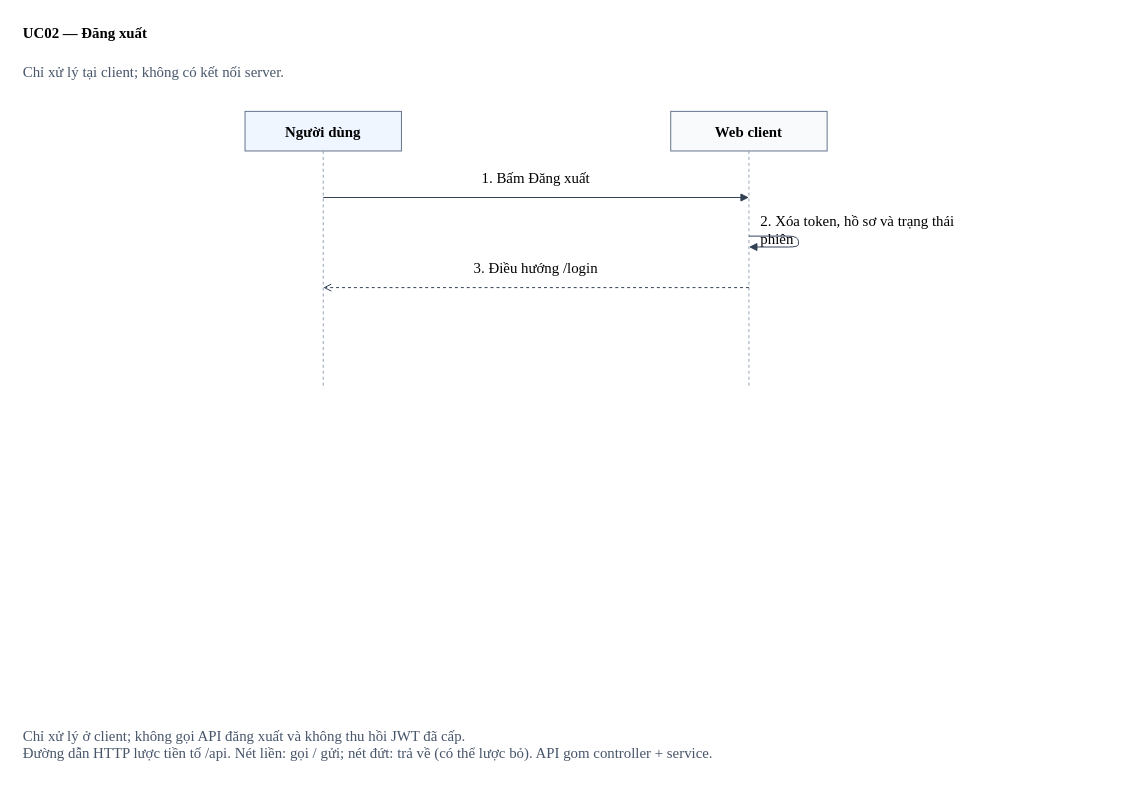
This is page "SEQ UC02 · Đăng xuất" (12 of 31) of docs/diagrams/so-do-he-thong.drawio from hominhduc-dev/So-Tay-Sinh-Vien-CNTT-DAU, a draw.io file, before an edit. Source tidied: cells renumbered, new cells numbered last; positions are measured from the earlier drawing's top-left corner, leaving out a move shared by most shapes. Both pictures are drawn from the tidied source at 99%, with x=0, y=0 at pixel (21, 17).
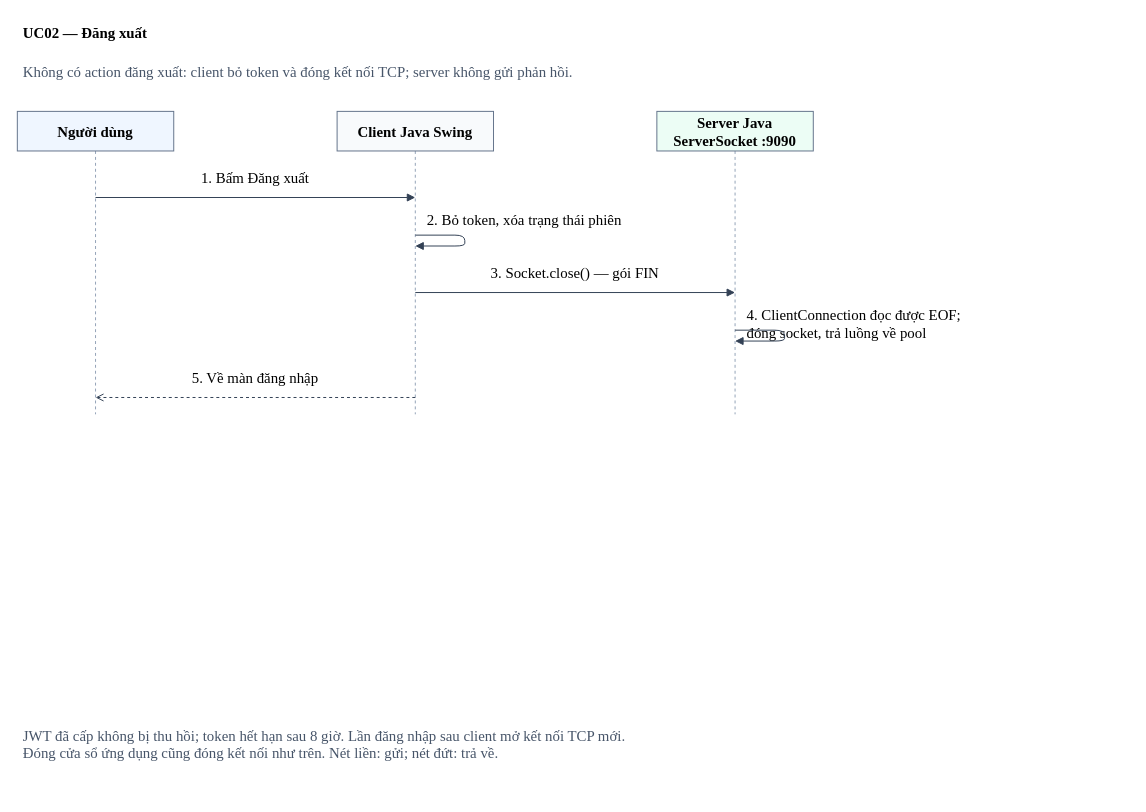
The same diagram, later.

Diff of the diagram source:
```diff
@@
+    <mxCell id="15" style="dashed=1;endArrow=none;strokeColor=#94a3b8;html=1;whiteSpace=wrap;fontFamily=Times New Roman;fontSize=15;" parent="1" edge="1">
+      <mxGeometry relative="1" as="geometry">
+        <mxPoint x="721" y="135" as="sourcePoint" />
+        <mxPoint x="721" y="401" as="targetPoint" />
+      </mxGeometry>
+    </mxCell>
+    <mxCell id="7" style="dashed=1;endArrow=none;strokeColor=#94a3b8;html=1;whiteSpace=wrap;fontFamily=Times New Roman;fontSize=15;" parent="1" edge="1">
+      <mxGeometry relative="1" as="geometry">
+        <mxPoint x="398" y="135" as="sourcePoint" />
+        <mxPoint x="398" y="401" as="targetPoint" />
+      </mxGeometry>
+    </mxCell>
+    <mxCell id="5" style="dashed=1;endArrow=none;strokeColor=#94a3b8;html=1;whiteSpace=wrap;fontFamily=Times New Roman;fontSize=15;" parent="1" edge="1">
+      <mxGeometry relative="1" as="geometry">
+        <mxPoint x="75" y="135" as="sourcePoint" />
+        <mxPoint x="75" y="401" as="targetPoint" />
+      </mxGeometry>
+    </mxCell>
@@
-    <mxCell id="3" value="Chỉ xử lý tại client; không có kết nối server." style="text;align=left;fontColor=#475569;html=1;whiteSpace=wrap;fontFamily=Times New Roman;fontSize=15;" parent="1" vertex="1">
+    <mxCell id="3" value="Không có action đăng xuất: client bỏ token và đóng kết nối TCP; server không gửi phản hồi." style="text;align=left;fontColor=#475569;html=1;whiteSpace=wrap;fontFamily=Times New Roman;fontSize=15;" parent="1" vertex="1">
       <mxGeometry y="40" width="1119" height="40" as="geometry" />
     </mxCell>
     <mxCell id="4" value="Người dùng" style="rounded=0;strokeColor=#64748b;fillColor=#eff6ff;fontStyle=1;html=1;whiteSpace=wrap;fontFamily=Times New Roman;fontSize=15;" parent="1" vertex="1">
-      <mxGeometry x="226" y="95" width="158" height="40" as="geometry" />
+      <mxGeometry x="-4" y="95" width="158" height="40" as="geometry" />
     </mxCell>
-    <mxCell id="5" style="dashed=1;endArrow=none;strokeColor=#94a3b8;html=1;whiteSpace=wrap;fontFamily=Times New Roman;fontSize=15;" parent="1" edge="1">
-      <mxGeometry relative="1" as="geometry">
-        <mxPoint x="305" y="135" as="sourcePoint" />
-        <mxPoint x="305" y="375" as="targetPoint" />
-      </mxGeometry>
-    </mxCell>
-    <mxCell id="6" value="Web client" style="rounded=0;strokeColor=#64748b;fillColor=#f8fafc;fontStyle=1;html=1;whiteSpace=wrap;fontFamily=Times New Roman;fontSize=15;" parent="1" vertex="1">
-      <mxGeometry x="656" y="95" width="158" height="40" as="geometry" />
+    <mxCell id="6" value="Client Java Swing" style="rounded=0;strokeColor=#64748b;fillColor=#f8fafc;fontStyle=1;html=1;whiteSpace=wrap;fontFamily=Times New Roman;fontSize=15;" parent="1" vertex="1">
+      <mxGeometry x="319" y="95" width="158" height="40" as="geometry" />
     </mxCell>
-    <mxCell id="7" style="dashed=1;endArrow=none;strokeColor=#94a3b8;html=1;whiteSpace=wrap;fontFamily=Times New Roman;fontSize=15;" parent="1" edge="1">
-      <mxGeometry relative="1" as="geometry">
-        <mxPoint x="735" y="135" as="sourcePoint" />
-        <mxPoint x="735" y="375" as="targetPoint" />
-      </mxGeometry>
-    </mxCell>
+    <mxCell id="16" value="Server Java&lt;br&gt;ServerSocket :9090" style="rounded=0;strokeColor=#64748b;fillColor=#ecfdf5;fontStyle=1;html=1;whiteSpace=wrap;fontFamily=Times New Roman;fontSize=15;" parent="1" vertex="1">
+      <mxGeometry x="642" y="95" width="158" height="40" as="geometry" />
+    </mxCell>
     <mxCell id="8" value="1. Bấm Đăng xuất" style="text;fillColor=#ffffff;align=center;html=1;whiteSpace=wrap;fontFamily=Times New Roman;fontSize=15;" parent="1" vertex="1">
-      <mxGeometry x="312" y="147" width="416" height="32" as="geometry" />
+      <mxGeometry x="82" y="147" width="309" height="32" as="geometry" />
     </mxCell>
     <mxCell id="9" style="endArrow=block;endFill=1;dashed=0;strokeColor=#334155;html=1;whiteSpace=wrap;fontFamily=Times New Roman;fontSize=15;" parent="1" edge="1">
       <mxGeometry relative="1" as="geometry">
-        <mxPoint x="305" y="182" as="sourcePoint" />
-        <mxPoint x="735" y="182" as="targetPoint" />
+        <mxPoint x="75" y="182" as="sourcePoint" />
+        <mxPoint x="398" y="182" as="targetPoint" />
       </mxGeometry>
     </mxCell>
-    <mxCell id="10" value="2. Xóa token, hồ sơ và trạng thái phiên" style="text;fillColor=#ffffff;align=left;html=1;whiteSpace=wrap;fontFamily=Times New Roman;fontSize=15;" parent="1" vertex="1">
-      <mxGeometry x="745" y="190" width="220" height="31" as="geometry" />
+    <mxCell id="10" value="2. Bỏ token, xóa trạng thái phiên" style="text;fillColor=#ffffff;align=left;html=1;whiteSpace=wrap;fontFamily=Times New Roman;fontSize=15;" parent="1" vertex="1">
+      <mxGeometry x="408" y="189" width="300" height="31" as="geometry" />
     </mxCell>
     <mxCell id="11" style="endArrow=block;endFill=1;strokeColor=#334155;html=1;whiteSpace=wrap;fontFamily=Times New Roman;fontSize=15;" parent="1" edge="1">
       <mxGeometry relative="1" as="geometry">
-        <mxPoint x="735" y="221" as="sourcePoint" />
-        <mxPoint x="735" y="232" as="targetPoint" />
+        <mxPoint x="398" y="220" as="sourcePoint" />
+        <mxPoint x="398" y="231" as="targetPoint" />
         <Array as="points">
-          <mxPoint x="785" y="221" />
-          <mxPoint x="785" y="232" />
+          <mxPoint x="448" y="220" />
+          <mxPoint x="448" y="231" />
         </Array>
       </mxGeometry>
     </mxCell>
-    <mxCell id="12" value="3. Điều hướng /login" style="text;fillColor=#ffffff;align=center;html=1;whiteSpace=wrap;fontFamily=Times New Roman;fontSize=15;" parent="1" vertex="1">
-      <mxGeometry x="312" y="238" width="416" height="32" as="geometry" />
+    <mxCell id="12" value="3. Socket.close() — gói FIN" style="text;fillColor=#ffffff;align=center;html=1;whiteSpace=wrap;fontFamily=Times New Roman;fontSize=15;" parent="1" vertex="1">
+      <mxGeometry x="405" y="243" width="309" height="32" as="geometry" />
     </mxCell>
-    <mxCell id="13" style="endArrow=open;endFill=0;dashed=1;strokeColor=#334155;html=1;whiteSpace=wrap;fontFamily=Times New Roman;fontSize=15;" parent="1" edge="1">
+    <mxCell id="13" style="endArrow=block;endFill=1;dashed=0;strokeColor=#334155;html=1;whiteSpace=wrap;fontFamily=Times New Roman;fontSize=15;" parent="1" edge="1">
       <mxGeometry relative="1" as="geometry">
-        <mxPoint x="735" y="273" as="sourcePoint" />
-        <mxPoint x="305" y="273" as="targetPoint" />
+        <mxPoint x="398" y="278" as="sourcePoint" />
+        <mxPoint x="721" y="278" as="targetPoint" />
       </mxGeometry>
     </mxCell>
+    <mxCell id="17" value="4. ClientConnection đọc được EOF;&lt;br&gt;đóng socket, trả luồng về pool" style="text;fillColor=#ffffff;align=left;html=1;whiteSpace=wrap;fontFamily=Times New Roman;fontSize=15;" parent="1" vertex="1">
+      <mxGeometry x="731" y="285" width="300" height="31" as="geometry" />
+    </mxCell>
+    <mxCell id="18" style="endArrow=block;endFill=1;strokeColor=#334155;html=1;whiteSpace=wrap;fontFamily=Times New Roman;fontSize=15;" parent="1" edge="1">
+      <mxGeometry relative="1" as="geometry">
+        <mxPoint x="721" y="316" as="sourcePoint" />
+        <mxPoint x="721" y="327" as="targetPoint" />
+        <Array as="points">
+          <mxPoint x="771" y="316" />
+          <mxPoint x="771" y="327" />
+        </Array>
+      </mxGeometry>
+    </mxCell>
+    <mxCell id="19" value="5. Về màn đăng nhập" style="text;fillColor=#ffffff;align=center;html=1;whiteSpace=wrap;fontFamily=Times New Roman;fontSize=15;" parent="1" vertex="1">
+      <mxGeometry x="82" y="349" width="309" height="32" as="geometry" />
+    </mxCell>
+    <mxCell id="20" style="endArrow=open;endFill=0;dashed=1;strokeColor=#334155;html=1;whiteSpace=wrap;fontFamily=Times New Roman;fontSize=15;" parent="1" edge="1">
+      <mxGeometry relative="1" as="geometry">
+        <mxPoint x="398" y="384" as="sourcePoint" />
+        <mxPoint x="75" y="384" as="targetPoint" />
+      </mxGeometry>
+    </mxCell>
-    <mxCell id="14" value="Chỉ xử lý ở client; không gọi API đăng xuất và không thu hồi JWT đã cấp.&lt;br&gt;Đường dẫn HTTP lược tiền tố /api. Nét liền: gọi / gửi; nét đứt: trả về (có thể lược bỏ). API gom controller + service." style="text;align=left;verticalAlign=top;fontColor=#475569;html=1;whiteSpace=wrap;fontFamily=Times New Roman;fontSize=15;" parent="1" vertex="1">
+    <mxCell id="14" value="JWT đã cấp không bị thu hồi; token hết hạn sau 8 giờ. Lần đăng nhập sau client mở kết nối TCP mới.&lt;br&gt;Đóng cửa sổ ứng dụng cũng đóng kết nối như trên. Nét liền: gửi; nét đứt: trả về." style="text;align=left;verticalAlign=top;fontColor=#475569;html=1;whiteSpace=wrap;fontFamily=Times New Roman;fontSize=15;" parent="1" vertex="1">
       <mxGeometry y="710" width="1119" height="76" as="geometry" />
     </mxCell>
```
